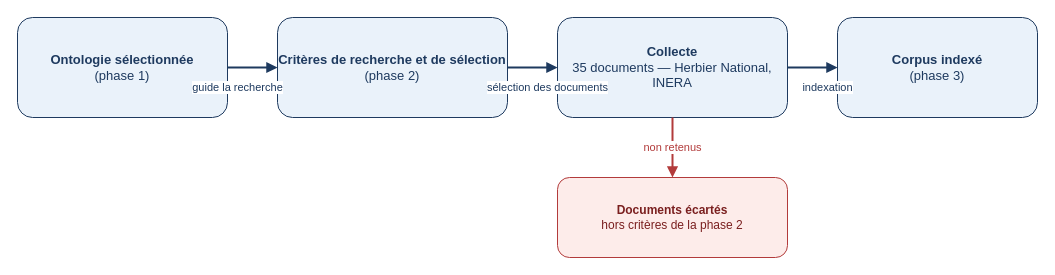
Lougoudoro/master-memoire keeps this draw.io diagram as images/flux_corpus.drawio. Above is the earlier version. Source tidied: cells renumbered, new cells numbered last; positions are measured from the earlier drawing's top-left corner, leaving out a move shared by most shapes. Both pictures are drawn from the tidied source at 100%, with x=0, y=0 at pixel (17, 17).
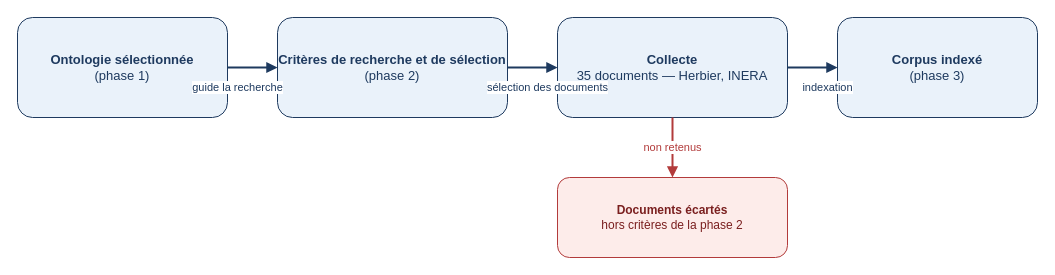
The same diagram, later.

What changed in the source:
```diff
@@
 <mxGraphModel>
   <root>
     <mxCell id="0" />
     <mxCell id="1" parent="0" />
     <mxCell id="2" value="&lt;b&gt;Ontologie sélectionnée&lt;/b&gt;&lt;br&gt;(phase 1)" style="rounded=1;whiteSpace=wrap;html=1;fillColor=#eaf2fa;strokeColor=#1e3a5f;fontColor=#1e3a5f;fontSize=13;" parent="1" vertex="1">
       <mxGeometry width="210" height="100" as="geometry" />
     </mxCell>
     <mxCell id="3" value="&lt;b&gt;Critères de recherche et de sélection&lt;/b&gt;&lt;br&gt;(phase 2)" style="rounded=1;whiteSpace=wrap;html=1;fillColor=#eaf2fa;strokeColor=#1e3a5f;fontColor=#1e3a5f;fontSize=13;" parent="1" vertex="1">
       <mxGeometry x="260" width="230" height="100" as="geometry" />
     </mxCell>
-    <mxCell id="4" value="&lt;b&gt;Collecte&lt;/b&gt;&lt;br&gt;35 documents — Herbier National, INERA" style="rounded=1;whiteSpace=wrap;html=1;fillColor=#eaf2fa;strokeColor=#1e3a5f;fontColor=#1e3a5f;fontSize=13;" parent="1" vertex="1">
+    <mxCell id="4" value="&lt;b&gt;Collecte&lt;/b&gt;&lt;br&gt;35 documents — Herbier, INERA" style="rounded=1;whiteSpace=wrap;html=1;fillColor=#eaf2fa;strokeColor=#1e3a5f;fontColor=#1e3a5f;fontSize=13;" parent="1" vertex="1">
       <mxGeometry x="540" width="230" height="100" as="geometry" />
     </mxCell>
     <mxCell id="5" value="&lt;b&gt;Corpus indexé&lt;/b&gt;&lt;br&gt;(phase 3)" style="rounded=1;whiteSpace=wrap;html=1;fillColor=#eaf2fa;strokeColor=#1e3a5f;fontColor=#1e3a5f;fontSize=13;" parent="1" vertex="1">
       <mxGeometry x="820" width="200" height="100" as="geometry" />
     </mxCell>
     <mxCell id="6" value="&lt;b&gt;Documents écartés&lt;/b&gt;&lt;br&gt;hors critères de la phase 2" style="rounded=1;whiteSpace=wrap;html=1;fillColor=#fdecea;strokeColor=#b23b3b;fontColor=#7a1f1f;fontSize=12;" parent="1" vertex="1">
       <mxGeometry x="540" y="160" width="230" height="80" as="geometry" />
     </mxCell>
     <mxCell id="7" value="guide la recherche" style="edgeStyle=orthogonalEdgeStyle;rounded=0;html=1;exitX=1;exitY=0.5;entryX=0;entryY=0.5;strokeColor=#1e3a5f;strokeWidth=2;endArrow=block;fontSize=11;fontColor=#1e3a5f;" parent="1" edge="1" source="2" target="3">
       <mxGeometry x="-0.6" y="-20" relative="1" as="geometry" />
     </mxCell>
     <mxCell id="8" value="sélection des documents" style="edgeStyle=orthogonalEdgeStyle;rounded=0;html=1;exitX=1;exitY=0.5;entryX=0;entryY=0.5;strokeColor=#1e3a5f;strokeWidth=2;endArrow=block;fontSize=11;fontColor=#1e3a5f;" parent="1" edge="1" source="3" target="4">
       <mxGeometry x="0.6" y="-20" relative="1" as="geometry" />
     </mxCell>
     <mxCell id="9" value="indexation" style="edgeStyle=orthogonalEdgeStyle;rounded=0;html=1;exitX=1;exitY=0.5;entryX=0;entryY=0.5;strokeColor=#1e3a5f;strokeWidth=2;endArrow=block;fontSize=11;fontColor=#1e3a5f;" parent="1" edge="1" source="4" target="5">
       <mxGeometry x="0.6" y="-20" relative="1" as="geometry" />
     </mxCell>
     <mxCell id="10" value="non retenus" style="edgeStyle=orthogonalEdgeStyle;rounded=0;html=1;exitX=0.5;exitY=1;entryX=0.5;entryY=0;strokeColor=#b23b3b;strokeWidth=2;endArrow=block;fontSize=11;fontColor=#b23b3b;" parent="1" edge="1" source="4" target="6">
       <mxGeometry relative="1" as="geometry" />
     </mxCell>
   </root>
 </mxGraphModel>
```
